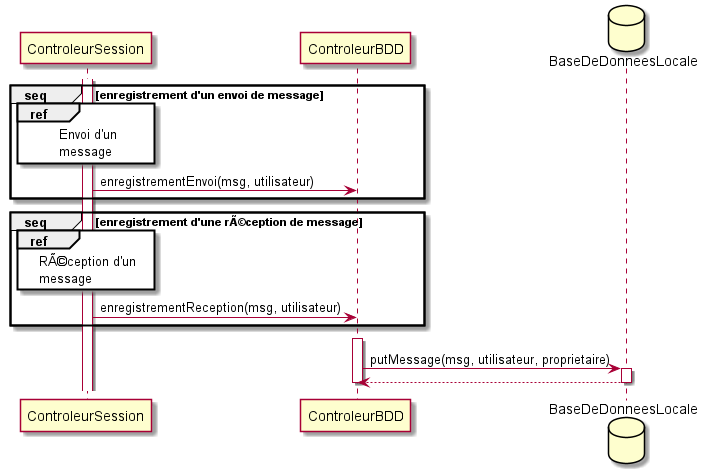
Before: sequence/enregistrement_historique.png, a diagram exported from PlantUML (arc-hugo/clavardage_uml).
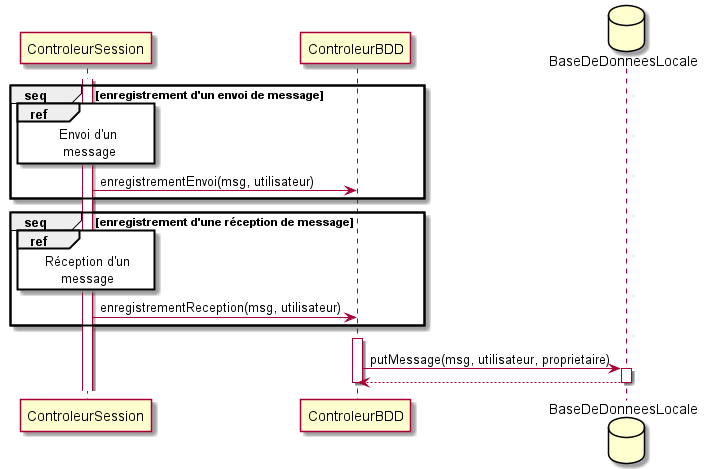
The same diagram one commit later.

Commit message:
correction ref

The edit, as a diff of the source:
```diff
@@ -3,14 +3,14 @@
 group seq [enregistrement d'un envoi de message]
     ref over ControleurSession
         Envoi d'un
-        message
+         message
     end ref
     ControleurSession -> ControleurBDD : enregistrementEnvoi(msg, utilisateur)
 end
-group seq [enregistrement d'une rÃ©ception de message]
+group seq [enregistrement d'une réception de message]
     ref over ControleurSession
-        RÃ©ception d'un
-        message
+        Réception d'un
+            message
     end ref
     ControleurSession -> ControleurBDD : enregistrementReception(msg, utilisateur)
 end
```
